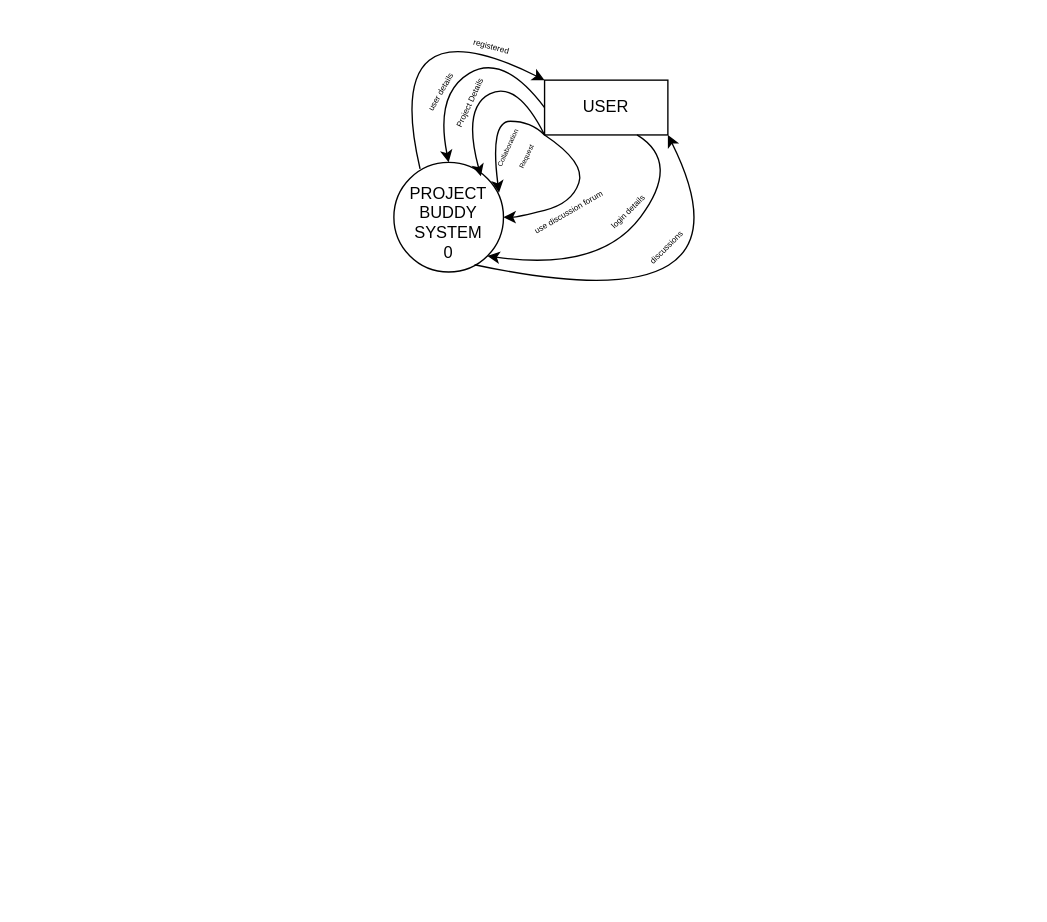
Earlier version of the draw.io diagram Untitled Diagram.drawio (Samrat1507/ProjectBuddy). Source tidied: cells renumbered, new cells numbered last; positions are measured from the earlier drawing's top-left corner, leaving out a move shared by most shapes. Both pictures are drawn from the tidied source at 137%, with x=0, y=0 at pixel (379, -3).
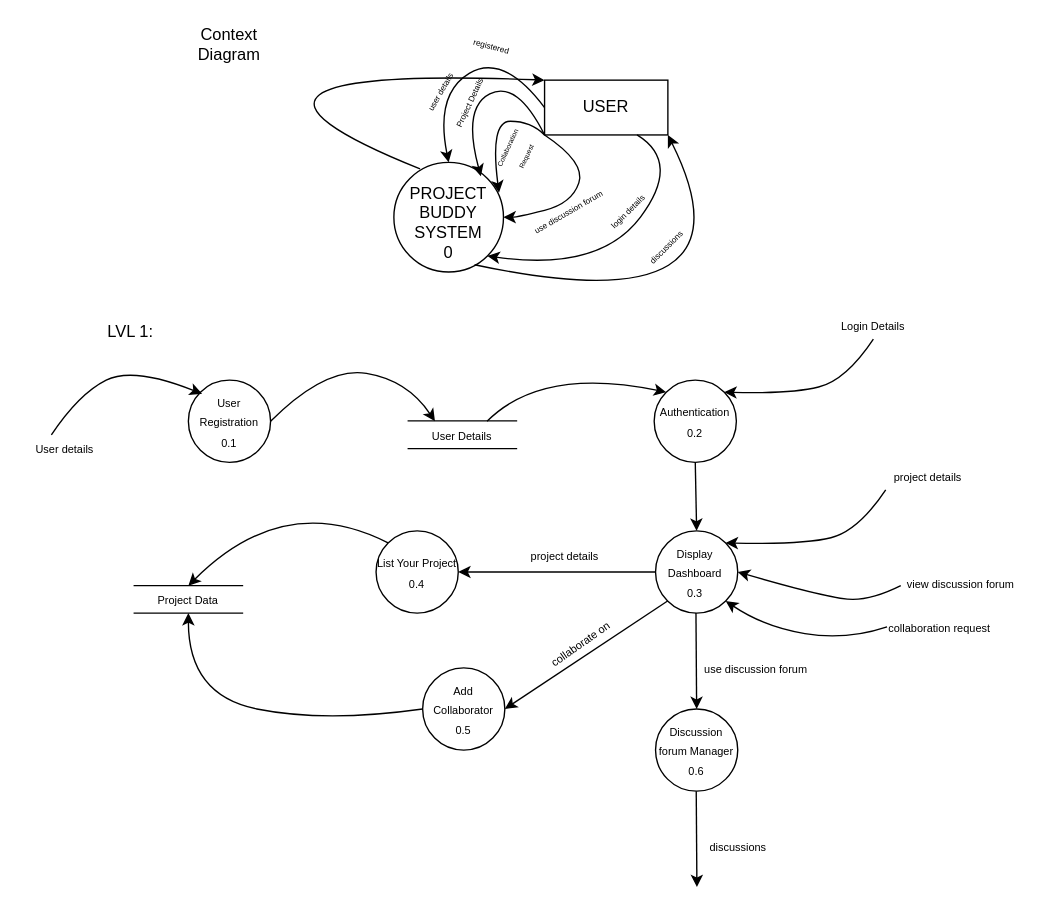
After the change.

Commit message:
Added LVL1 DFD

The change refers to these unchanged cells:
```xml
<mxCell id="2" style="ellipse;whiteSpace=wrap;html=1;" parent="1" vertex="1">
  <mxGeometry x="10" y="120" width="80" height="80" as="geometry" />
</mxCell>
<mxCell id="3" style="rounded=0;whiteSpace=wrap;html=1;" parent="1" vertex="1">
  <mxGeometry x="120" y="60" width="90" height="40" as="geometry" />
</mxCell>
```

Diff of the diagram source:
```diff
@@
     <mxCell id="4" style="curved=1;endArrow=classic;html=1;rounded=0;exitX=0.239;exitY=0.06;exitDx=0;exitDy=0;exitPerimeter=0;entryX=0;entryY=0;entryDx=0;entryDy=0;" parent="1" edge="1" source="2" target="3">
       <mxGeometry relative="1" as="geometry">
         <Array as="points">
-          <mxPoint />
+          <mxPoint x="-160" y="49" />
         </Array>
       </mxGeometry>
     </mxCell>
@@
+    <mxCell id="20" value="Context Diagram" style="text;html=1;strokeColor=none;fillColor=none;align=center;verticalAlign=middle;whiteSpace=wrap;rounded=0;" parent="1" vertex="1">
+      <mxGeometry x="-140" y="19" width="60" height="30" as="geometry" />
+    </mxCell>
+    <mxCell id="21" value="LVL 1:" style="text;html=1;strokeColor=none;fillColor=none;align=center;verticalAlign=middle;whiteSpace=wrap;rounded=0;" parent="1" vertex="1">
+      <mxGeometry x="-212" y="229" width="60" height="30" as="geometry" />
+    </mxCell>
+    <mxCell id="22" style="ellipse;whiteSpace=wrap;html=1;" parent="1" vertex="1">
+      <mxGeometry x="-140" y="279" width="60" height="60" as="geometry" />
+    </mxCell>
+    <mxCell id="23" style="ellipse;whiteSpace=wrap;html=1;" parent="1" vertex="1">
+      <mxGeometry x="200" y="279" width="60" height="60" as="geometry" />
+    </mxCell>
+    <mxCell id="24" style="ellipse;whiteSpace=wrap;html=1;" parent="1" vertex="1">
+      <mxGeometry x="31" y="489" width="60" height="60" as="geometry" />
+    </mxCell>
+    <mxCell id="25" style="ellipse;whiteSpace=wrap;html=1;" parent="1" vertex="1">
+      <mxGeometry x="201" y="519" width="60" height="60" as="geometry" />
+    </mxCell>
+    <mxCell id="26" style="ellipse;whiteSpace=wrap;html=1;" parent="1" vertex="1">
+      <mxGeometry x="201" y="389" width="60" height="60" as="geometry" />
+    </mxCell>
+    <mxCell id="27" style="ellipse;whiteSpace=wrap;html=1;" parent="1" vertex="1">
+      <mxGeometry x="-3" y="389" width="60" height="60" as="geometry" />
+    </mxCell>
+    <mxCell id="28" style="endArrow=none;html=1;rounded=0;" parent="1" edge="1">
+      <mxGeometry relative="1" as="geometry">
+        <mxPoint x="20" y="308.7" as="sourcePoint" />
+        <mxPoint x="100" y="308.7" as="targetPoint" />
+      </mxGeometry>
+    </mxCell>
+    <mxCell id="29" style="endArrow=none;html=1;rounded=0;" parent="1" edge="1">
+      <mxGeometry relative="1" as="geometry">
+        <mxPoint x="20" y="329" as="sourcePoint" />
+        <mxPoint x="100" y="329" as="targetPoint" />
+      </mxGeometry>
+    </mxCell>
+    <mxCell id="30" style="endArrow=none;html=1;rounded=0;" parent="1" edge="1">
+      <mxGeometry relative="1" as="geometry">
+        <mxPoint x="-180" y="429" as="sourcePoint" />
+        <mxPoint x="-100" y="429" as="targetPoint" />
+      </mxGeometry>
+    </mxCell>
+    <mxCell id="31" style="endArrow=none;html=1;rounded=0;" parent="1" edge="1">
+      <mxGeometry relative="1" as="geometry">
+        <mxPoint x="-180" y="449" as="sourcePoint" />
+        <mxPoint x="-100" y="449" as="targetPoint" />
+      </mxGeometry>
+    </mxCell>
+    <mxCell id="32" style="curved=1;endArrow=classic;html=1;rounded=0;entryX=1;entryY=0;entryDx=0;entryDy=0;" parent="1" edge="1" target="23">
+      <mxGeometry relative="1" as="geometry">
+        <mxPoint x="360" y="249" as="sourcePoint" />
+        <Array as="points">
+          <mxPoint x="340" y="279" />
+          <mxPoint x="300" y="289" />
+        </Array>
+      </mxGeometry>
+    </mxCell>
+    <mxCell id="33" style="curved=1;endArrow=classic;html=1;rounded=0;" parent="1" edge="1">
+      <mxGeometry relative="1" as="geometry">
+        <mxPoint x="-240" y="319" as="sourcePoint" />
+        <mxPoint x="-130" y="289" as="targetPoint" />
+        <Array as="points">
+          <mxPoint x="-220" y="289" />
+          <mxPoint x="-180" y="269" />
+        </Array>
+      </mxGeometry>
+    </mxCell>
+    <mxCell id="34" style="curved=1;endArrow=classic;html=1;rounded=0;" parent="1" edge="1">
+      <mxGeometry relative="1" as="geometry">
+        <mxPoint x="-80" y="309" as="sourcePoint" />
+        <mxPoint x="40" y="309" as="targetPoint" />
+        <Array as="points">
+          <mxPoint x="-40" y="269" />
+          <mxPoint x="20" y="279" />
+        </Array>
+      </mxGeometry>
+    </mxCell>
+    <mxCell id="35" style="curved=1;endArrow=classic;html=1;rounded=0;entryX=0;entryY=0;entryDx=0;entryDy=0;" parent="1" edge="1" target="23">
+      <mxGeometry relative="1" as="geometry">
+        <mxPoint x="78" y="309" as="sourcePoint" />
+        <Array as="points">
+          <mxPoint x="118" y="269" />
+        </Array>
+      </mxGeometry>
+    </mxCell>
+    <mxCell id="36" style="endArrow=classic;html=1;rounded=0;entryX=0.5;entryY=0;entryDx=0;entryDy=0;exitX=0.5;exitY=1;exitDx=0;exitDy=0;" parent="1" edge="1" source="23" target="26">
+      <mxGeometry relative="1" as="geometry" />
+    </mxCell>
+    <mxCell id="37" style="endArrow=classic;html=1;rounded=0;entryX=0.5;entryY=0;entryDx=0;entryDy=0;exitX=0.5;exitY=1;exitDx=0;exitDy=0;" parent="1" edge="1" target="25">
+      <mxGeometry relative="1" as="geometry">
+        <mxPoint x="230.5" y="449" as="sourcePoint" />
+      </mxGeometry>
+    </mxCell>
+    <mxCell id="38" style="curved=1;endArrow=classic;html=1;rounded=0;entryX=1;entryY=0.5;entryDx=0;entryDy=0;" parent="1" edge="1" target="26">
+      <mxGeometry relative="1" as="geometry">
+        <mxPoint x="380" y="429" as="sourcePoint" />
+        <Array as="points">
+          <mxPoint x="360" y="439" />
+          <mxPoint x="330" y="439" />
+        </Array>
+      </mxGeometry>
+    </mxCell>
+    <mxCell id="39" style="curved=1;endArrow=classic;html=1;rounded=0;entryX=1;entryY=1;entryDx=0;entryDy=0;" parent="1" edge="1" target="26">
+      <mxGeometry relative="1" as="geometry">
+        <mxPoint x="370" y="459" as="sourcePoint" />
+        <Array as="points">
+          <mxPoint x="340" y="469" />
+          <mxPoint x="280" y="459" />
+        </Array>
+      </mxGeometry>
+    </mxCell>
+    <mxCell id="40" style="curved=1;endArrow=classic;html=1;rounded=0;entryX=1;entryY=0;entryDx=0;entryDy=0;" parent="1" edge="1" target="26">
+      <mxGeometry relative="1" as="geometry">
+        <mxPoint x="369" y="359" as="sourcePoint" />
+        <Array as="points">
+          <mxPoint x="349" y="389" />
+          <mxPoint x="309" y="399" />
+        </Array>
+      </mxGeometry>
+    </mxCell>
+    <mxCell id="41" style="endArrow=classic;html=1;rounded=0;entryX=0.5;entryY=0;entryDx=0;entryDy=0;exitX=0.5;exitY=1;exitDx=0;exitDy=0;" parent="1" edge="1">
+      <mxGeometry relative="1" as="geometry">
+        <mxPoint x="230.7" y="579" as="sourcePoint" />
+        <mxPoint x="231.2" y="649" as="targetPoint" />
+      </mxGeometry>
+    </mxCell>
+    <mxCell id="42" style="endArrow=classic;html=1;rounded=0;entryX=1;entryY=0.5;entryDx=0;entryDy=0;exitX=0;exitY=0.5;exitDx=0;exitDy=0;" parent="1" edge="1" source="26" target="27">
+      <mxGeometry relative="1" as="geometry" />
+    </mxCell>
+    <mxCell id="43" style="curved=1;endArrow=classic;html=1;rounded=0;exitX=0;exitY=0;exitDx=0;exitDy=0;" parent="1" edge="1" source="27">
+      <mxGeometry relative="1" as="geometry">
+        <mxPoint x="-140" y="429" as="targetPoint" />
+        <Array as="points">
+          <mxPoint x="-70" y="359" />
+        </Array>
+      </mxGeometry>
+    </mxCell>
+    <mxCell id="44" style="curved=1;endArrow=classic;html=1;rounded=0;exitX=0;exitY=0.5;exitDx=0;exitDy=0;" parent="1" edge="1" source="24">
+      <mxGeometry relative="1" as="geometry">
+        <mxPoint x="-140" y="449" as="targetPoint" />
+        <Array as="points">
+          <mxPoint x="-40" y="529" />
+          <mxPoint x="-140" y="509" />
+        </Array>
+      </mxGeometry>
+    </mxCell>
+    <mxCell id="45" style="endArrow=classic;html=1;rounded=0;entryX=1;entryY=0.5;entryDx=0;entryDy=0;exitX=0;exitY=1;exitDx=0;exitDy=0;" parent="1" edge="1" source="26" target="24">
+      <mxGeometry relative="1" as="geometry" />
+    </mxCell>
+    <mxCell id="46" value="&lt;font style=&quot;font-size: 8px;&quot;&gt;User details&lt;/font&gt;" style="text;html=1;strokeColor=none;fillColor=none;align=center;verticalAlign=middle;whiteSpace=wrap;rounded=0;rotation=0;" parent="1" vertex="1">
+      <mxGeometry x="-260" y="319" width="60" height="20" as="geometry" />
+    </mxCell>
+    <mxCell id="47" value="&lt;font style=&quot;font-size: 8px;&quot;&gt;Login Details&lt;/font&gt;" style="text;html=1;strokeColor=none;fillColor=none;align=center;verticalAlign=middle;whiteSpace=wrap;rounded=0;rotation=0;" parent="1" vertex="1">
+      <mxGeometry x="330" y="229" width="60" height="20" as="geometry" />
+    </mxCell>
+    <mxCell id="48" value="&lt;font style=&quot;font-size: 8px;&quot;&gt;collaboration request&lt;/font&gt;" style="text;html=1;strokeColor=none;fillColor=none;align=center;verticalAlign=middle;whiteSpace=wrap;rounded=0;rotation=0;" parent="1" vertex="1">
+      <mxGeometry x="367" y="449" width="83" height="20" as="geometry" />
+    </mxCell>
+    <mxCell id="49" value="&lt;font style=&quot;font-size: 8px;&quot;&gt;view discussion forum&lt;/font&gt;" style="text;html=1;strokeColor=none;fillColor=none;align=center;verticalAlign=middle;whiteSpace=wrap;rounded=0;rotation=0;" parent="1" vertex="1">
+      <mxGeometry x="378" y="417" width="92" height="20" as="geometry" />
+    </mxCell>
+    <mxCell id="50" value="&lt;font style=&quot;font-size: 8px;&quot;&gt;project details&lt;/font&gt;" style="text;html=1;strokeColor=none;fillColor=none;align=center;verticalAlign=middle;whiteSpace=wrap;rounded=0;rotation=0;" parent="1" vertex="1">
+      <mxGeometry x="370" y="339" width="60" height="20" as="geometry" />
+    </mxCell>
+    <mxCell id="51" value="&lt;span style=&quot;font-size: 8px;&quot;&gt;discussions&lt;/span&gt;" style="text;html=1;strokeColor=none;fillColor=none;align=center;verticalAlign=middle;whiteSpace=wrap;rounded=0;rotation=0;" parent="1" vertex="1">
+      <mxGeometry x="220" y="609" width="83" height="20" as="geometry" />
+    </mxCell>
+    <mxCell id="52" value="&lt;font style=&quot;font-size: 8px;&quot;&gt;project details&lt;/font&gt;" style="text;html=1;strokeColor=none;fillColor=none;align=center;verticalAlign=middle;whiteSpace=wrap;rounded=0;rotation=0;" parent="1" vertex="1">
+      <mxGeometry x="105" y="397" width="60" height="20" as="geometry" />
+    </mxCell>
+    <mxCell id="53" value="&lt;font style=&quot;font-size: 8px;&quot;&gt;collaborate on&lt;/font&gt;" style="text;html=1;strokeColor=none;fillColor=none;align=center;verticalAlign=middle;whiteSpace=wrap;rounded=0;rotation=-35;" parent="1" vertex="1">
+      <mxGeometry x="116" y="461" width="60" height="20" as="geometry" />
+    </mxCell>
+    <mxCell id="54" value="&lt;font style=&quot;font-size: 8px;&quot;&gt;use discussion forum&lt;/font&gt;" style="text;html=1;strokeColor=none;fillColor=none;align=center;verticalAlign=middle;whiteSpace=wrap;rounded=0;rotation=0;" parent="1" vertex="1">
+      <mxGeometry x="233" y="479" width="83" height="20" as="geometry" />
+    </mxCell>
+    <mxCell id="55" value="&lt;font style=&quot;font-size: 8px;&quot;&gt;User Details&lt;/font&gt;" style="text;html=1;strokeColor=none;fillColor=none;align=center;verticalAlign=middle;whiteSpace=wrap;rounded=0;rotation=0;" parent="1" vertex="1">
+      <mxGeometry x="30" y="309" width="60" height="20" as="geometry" />
+    </mxCell>
+    <mxCell id="56" value="&lt;span style=&quot;font-size: 8px;&quot;&gt;Project Data&lt;/span&gt;" style="text;html=1;strokeColor=none;fillColor=none;align=center;verticalAlign=middle;whiteSpace=wrap;rounded=0;rotation=0;" parent="1" vertex="1">
+      <mxGeometry x="-170" y="429" width="60" height="20" as="geometry" />
+    </mxCell>
+    <mxCell id="57" value="&lt;span style=&quot;font-size: 8px;&quot;&gt;User Registration&lt;br&gt;0.1&lt;br&gt;&lt;/span&gt;" style="text;html=1;strokeColor=none;fillColor=none;align=center;verticalAlign=middle;whiteSpace=wrap;rounded=0;rotation=0;" parent="1" vertex="1">
+      <mxGeometry x="-140" y="299" width="60" height="20" as="geometry" />
+    </mxCell>
+    <mxCell id="58" value="&lt;span style=&quot;font-size: 8px;&quot;&gt;Authentication&lt;br&gt;0.2&lt;br&gt;&lt;/span&gt;" style="text;html=1;strokeColor=none;fillColor=none;align=center;verticalAlign=middle;whiteSpace=wrap;rounded=0;rotation=0;" parent="1" vertex="1">
+      <mxGeometry x="200" y="299" width="60" height="20" as="geometry" />
+    </mxCell>
+    <mxCell id="59" value="&lt;span style=&quot;font-size: 8px;&quot;&gt;Display Dashboard&lt;br&gt;0.3&lt;br&gt;&lt;/span&gt;" style="text;html=1;strokeColor=none;fillColor=none;align=center;verticalAlign=middle;whiteSpace=wrap;rounded=0;rotation=0;" parent="1" vertex="1">
+      <mxGeometry x="200" y="409" width="60" height="20" as="geometry" />
+    </mxCell>
+    <mxCell id="60" value="&lt;span style=&quot;font-size: 8px;&quot;&gt;List Your Project&lt;br&gt;0.4&lt;br&gt;&lt;/span&gt;" style="text;html=1;strokeColor=none;fillColor=none;align=center;verticalAlign=middle;whiteSpace=wrap;rounded=0;rotation=0;" parent="1" vertex="1">
+      <mxGeometry x="-3" y="409" width="60" height="20" as="geometry" />
+    </mxCell>
+    <mxCell id="61" value="&lt;span style=&quot;font-size: 8px;&quot;&gt;Add Collaborator&lt;br&gt;0.5&lt;br&gt;&lt;/span&gt;" style="text;html=1;strokeColor=none;fillColor=none;align=center;verticalAlign=middle;whiteSpace=wrap;rounded=0;rotation=0;" parent="1" vertex="1">
+      <mxGeometry x="31" y="509" width="60" height="20" as="geometry" />
+    </mxCell>
+    <mxCell id="62" value="&lt;span style=&quot;font-size: 8px;&quot;&gt;Discussion forum Manager&lt;br&gt;0.6&lt;br&gt;&lt;/span&gt;" style="text;html=1;strokeColor=none;fillColor=none;align=center;verticalAlign=middle;whiteSpace=wrap;rounded=0;rotation=0;" parent="1" vertex="1">
+      <mxGeometry x="201" y="539" width="60" height="20" as="geometry" />
+    </mxCell>
```
